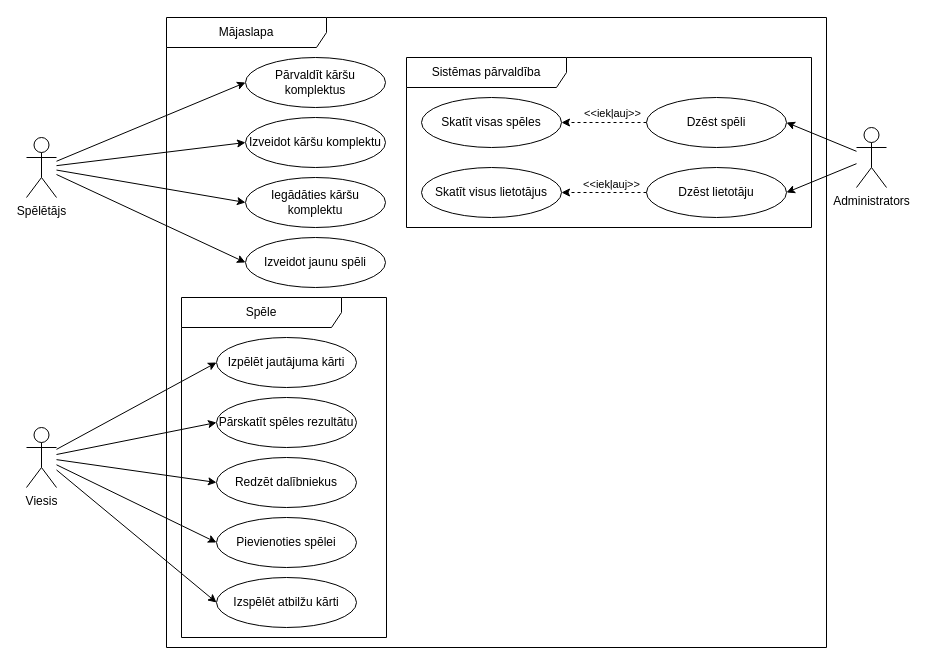
Above: dokumentacija/UseCase.drawio in Edgars-P/RVT-Projekts-CardGame (draw.io), before the change. Source tidied: cells renumbered, new cells numbered last; positions are measured from the earlier drawing's top-left corner, leaving out a move shared by most shapes. Both pictures are drawn from the tidied source at 100%, with x=0, y=0 at pixel (26, 17).
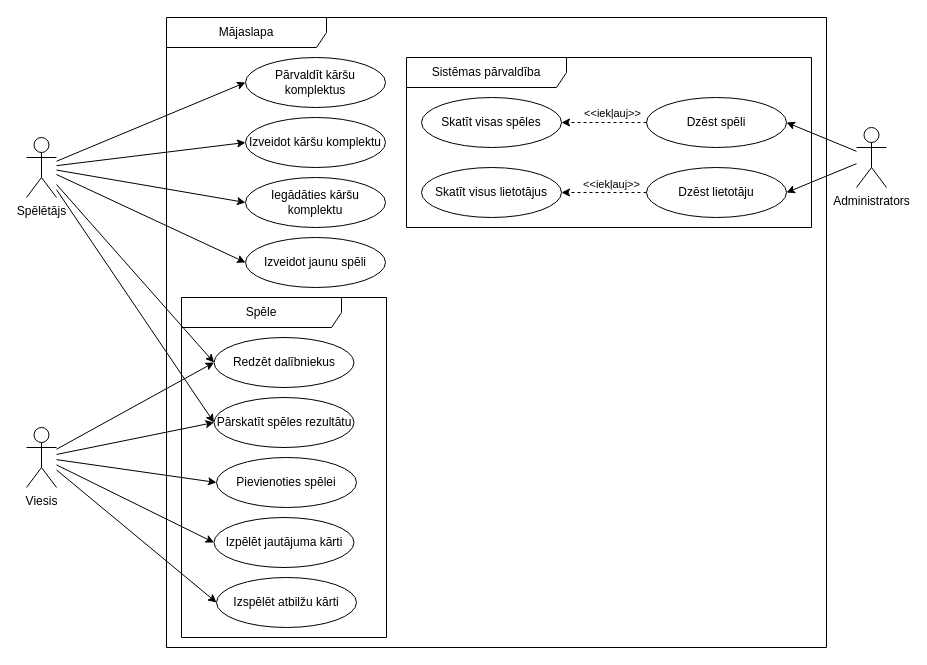
Above is the later version.

Unchanged cells that the change refers to:
```xml
<mxCell id="7" value="Spēle" style="shape=umlFrame;whiteSpace=wrap;html=1;width=160;" parent="2" vertex="1">
  <mxGeometry x="15" y="280" width="205" height="340" as="geometry" />
</mxCell>
<mxCell id="26" value="Spēlētājs" style="shape=umlActor;verticalLabelPosition=bottom;verticalAlign=top;html=1;" parent="1" vertex="1">
  <mxGeometry y="120" width="30" height="60" as="geometry" />
</mxCell>
```

Change to the diagram source:
```diff
@@
     <mxCell id="8" value="Izpēlēt jautājuma kārti" style="ellipse;whiteSpace=wrap;html=1;" parent="7" vertex="1">
-      <mxGeometry x="35" y="40" width="140" height="50" as="geometry" />
+      <mxGeometry x="32.5" y="220" width="140" height="50" as="geometry" />
     </mxCell>
+    <mxCell id="12" value="Izspēlēt atbilžu kārti" style="ellipse;whiteSpace=wrap;html=1;" parent="7" vertex="1">
+      <mxGeometry x="35" y="280" width="140" height="50" as="geometry" />
+    </mxCell>
+    <mxCell id="10" value="Redzēt dalībniekus" style="ellipse;whiteSpace=wrap;html=1;" parent="7" vertex="1">
+      <mxGeometry x="32.5" y="40" width="140" height="50" as="geometry" />
+    </mxCell>
     <mxCell id="9" value="Pārskatīt spēles rezultātu" style="ellipse;whiteSpace=wrap;html=1;" parent="7" vertex="1">
-      <mxGeometry x="35" y="100" width="140" height="50" as="geometry" />
+      <mxGeometry x="32.5" y="100" width="140" height="50" as="geometry" />
     </mxCell>
-    <mxCell id="10" value="Redzēt dalībniekus" style="ellipse;whiteSpace=wrap;html=1;" parent="7" vertex="1">
-      <mxGeometry x="35" y="160" width="140" height="50" as="geometry" />
-    </mxCell>
     <mxCell id="11" value="Pievienoties spēlei" style="ellipse;whiteSpace=wrap;html=1;" parent="7" vertex="1">
-      <mxGeometry x="35" y="220" width="140" height="50" as="geometry" />
+      <mxGeometry x="35" y="160" width="140" height="50" as="geometry" />
     </mxCell>
-    <mxCell id="12" value="Izspēlēt atbilžu kārti" style="ellipse;whiteSpace=wrap;html=1;" parent="7" vertex="1">
-      <mxGeometry x="35" y="280" width="140" height="50" as="geometry" />
-    </mxCell>
@@
+    <mxCell id="36" style="rounded=0;jettySize=auto;html=1;entryX=0;entryY=0.5;entryDx=0;entryDy=0;" parent="1" edge="1" source="26" target="10">
+      <mxGeometry relative="1" as="geometry" />
+    </mxCell>
+    <mxCell id="37" style="rounded=0;jettySize=auto;html=1;entryX=0;entryY=0.5;entryDx=0;entryDy=0;" parent="1" edge="1" source="26" target="9">
+      <mxGeometry relative="1" as="geometry" />
+    </mxCell>
```
